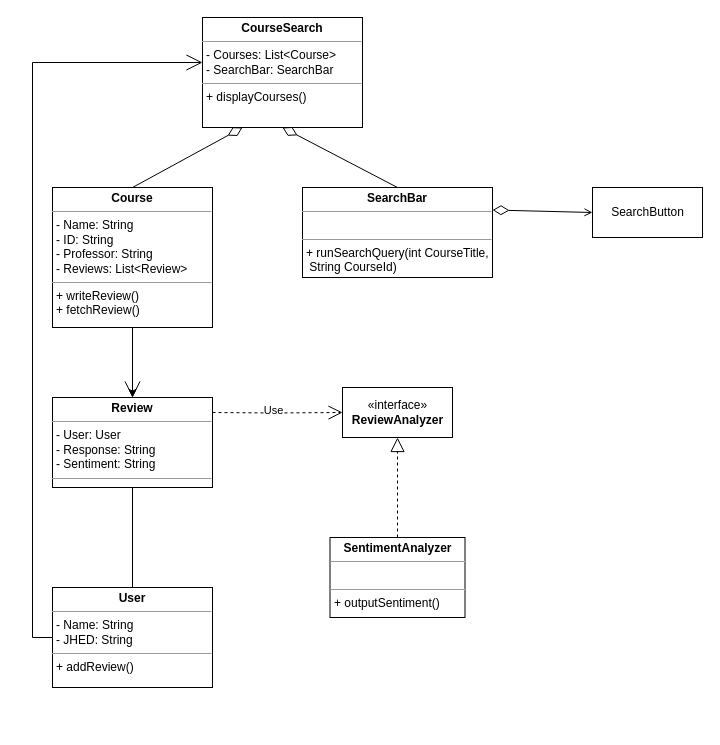
echua3/course-sentiment-analyzer keeps this draw.io diagram as docs/design/class_diagram1.drawio. Above is the earlier version. Source tidied: cells renumbered, new cells numbered last; positions are measured from the earlier drawing's top-left corner, leaving out a move shared by most shapes. Both pictures are drawn from the tidied source at 100%, with x=0, y=0 at pixel (32, 17).
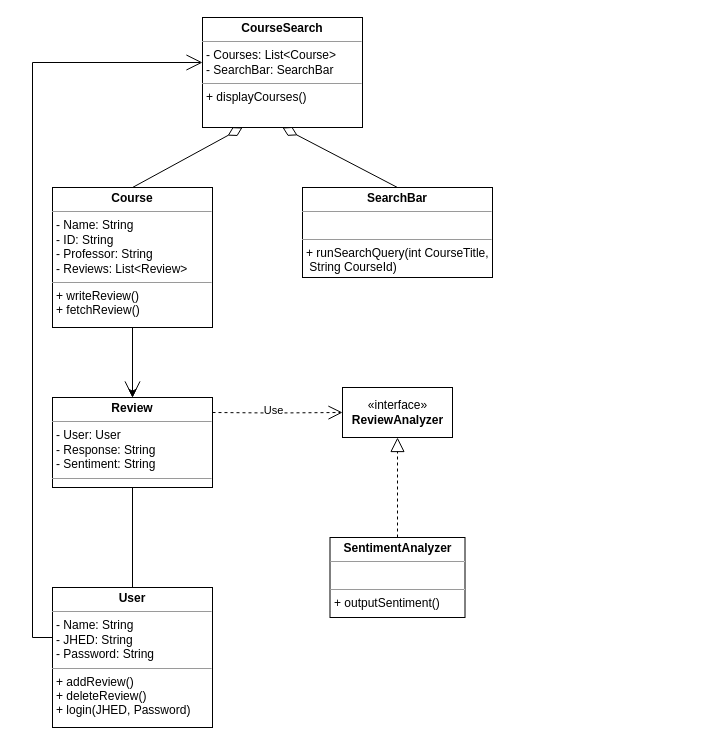
The same page after the edit.

Commit message:
delete and login method, remove search bar

The change refers to these unchanged cells:
```xml
<mxCell id="12" value="&lt;p style=&quot;margin:0px;margin-top:4px;text-align:center;&quot;&gt;&lt;b&gt;SearchBar&lt;/b&gt;&lt;/p&gt;&lt;hr size=&quot;1&quot;&gt;&lt;p style=&quot;margin:0px;margin-left:4px;&quot;&gt;&lt;br&gt;&lt;/p&gt;&lt;hr size=&quot;1&quot;&gt;&lt;p style=&quot;margin:0px;margin-left:4px;&quot;&gt;+ runSearchQuery(int CourseTitle,&lt;/p&gt;&lt;p style=&quot;margin:0px;margin-left:4px;&quot;&gt;&amp;nbsp;String CourseId)&lt;/p&gt;&lt;p style=&quot;margin:0px;margin-left:4px;&quot;&gt;&lt;br&gt;&lt;/p&gt;&lt;p style=&quot;margin:0px;margin-left:4px;&quot;&gt;&lt;br&gt;&lt;/p&gt;&lt;p style=&quot;margin:0px;margin-left:4px;&quot;&gt;&lt;br&gt;&lt;/p&gt;" style="verticalAlign=top;align=left;overflow=fill;fontSize=12;fontFamily=Helvetica;html=1;" parent="1" vertex="1">
  <mxGeometry x="270" y="170" width="190" height="90" as="geometry" />
</mxCell>
```

Change to the diagram source:
```diff
@@
-    <mxCell id="9" value="&lt;p style=&quot;margin:0px;margin-top:4px;text-align:center;&quot;&gt;&lt;b&gt;User&lt;/b&gt;&lt;/p&gt;&lt;hr size=&quot;1&quot;&gt;&lt;p style=&quot;margin:0px;margin-left:4px;&quot;&gt;- Name: String&lt;/p&gt;&lt;p style=&quot;margin:0px;margin-left:4px;&quot;&gt;- JHED: String&lt;br&gt;&lt;/p&gt;&lt;hr size=&quot;1&quot;&gt;&lt;p style=&quot;margin:0px;margin-left:4px;&quot;&gt;+ addReview()&lt;/p&gt;" style="verticalAlign=top;align=left;overflow=fill;fontSize=12;fontFamily=Helvetica;html=1;" parent="1" vertex="1">
-      <mxGeometry x="20" y="570" width="160" height="100" as="geometry" />
+    <mxCell id="9" value="&lt;p style=&quot;margin:0px;margin-top:4px;text-align:center;&quot;&gt;&lt;b&gt;User&lt;/b&gt;&lt;/p&gt;&lt;hr size=&quot;1&quot;&gt;&lt;p style=&quot;margin:0px;margin-left:4px;&quot;&gt;- Name: String&lt;/p&gt;&lt;p style=&quot;margin:0px;margin-left:4px;&quot;&gt;- JHED: String&lt;br&gt;&lt;/p&gt;&lt;p style=&quot;margin:0px;margin-left:4px;&quot;&gt;- Password: String&lt;/p&gt;&lt;hr size=&quot;1&quot;&gt;&lt;p style=&quot;margin:0px;margin-left:4px;&quot;&gt;+ addReview()&lt;/p&gt;&lt;p style=&quot;margin:0px;margin-left:4px;&quot;&gt;+ deleteReview()&lt;/p&gt;&lt;p style=&quot;margin:0px;margin-left:4px;&quot;&gt;+ login(JHED, Password)&lt;/p&gt;" style="verticalAlign=top;align=left;overflow=fill;fontSize=12;fontFamily=Helvetica;html=1;" parent="1" vertex="1">
+      <mxGeometry x="20" y="570" width="160" height="140" as="geometry" />
     </mxCell>
-    <mxCell id="10" style="rounded=0;jettySize=auto;html=1;exitX=1;exitY=0.25;exitDx=0;exitDy=0;entryX=0;entryY=0.5;entryDx=0;entryDy=0;startArrow=diamondThin;startFill=0;sourcePerimeterSpacing=0;startSize=14;endArrow=open;endFill=0;" parent="1" edge="1" source="12" target="13">
-      <mxGeometry relative="1" as="geometry" />
-    </mxCell>
@@
-    <mxCell id="13" value="SearchButton&lt;br&gt;" style="html=1;" parent="1" vertex="1">
-      <mxGeometry x="560" y="170" width="110" height="50" as="geometry" />
-    </mxCell>
```
